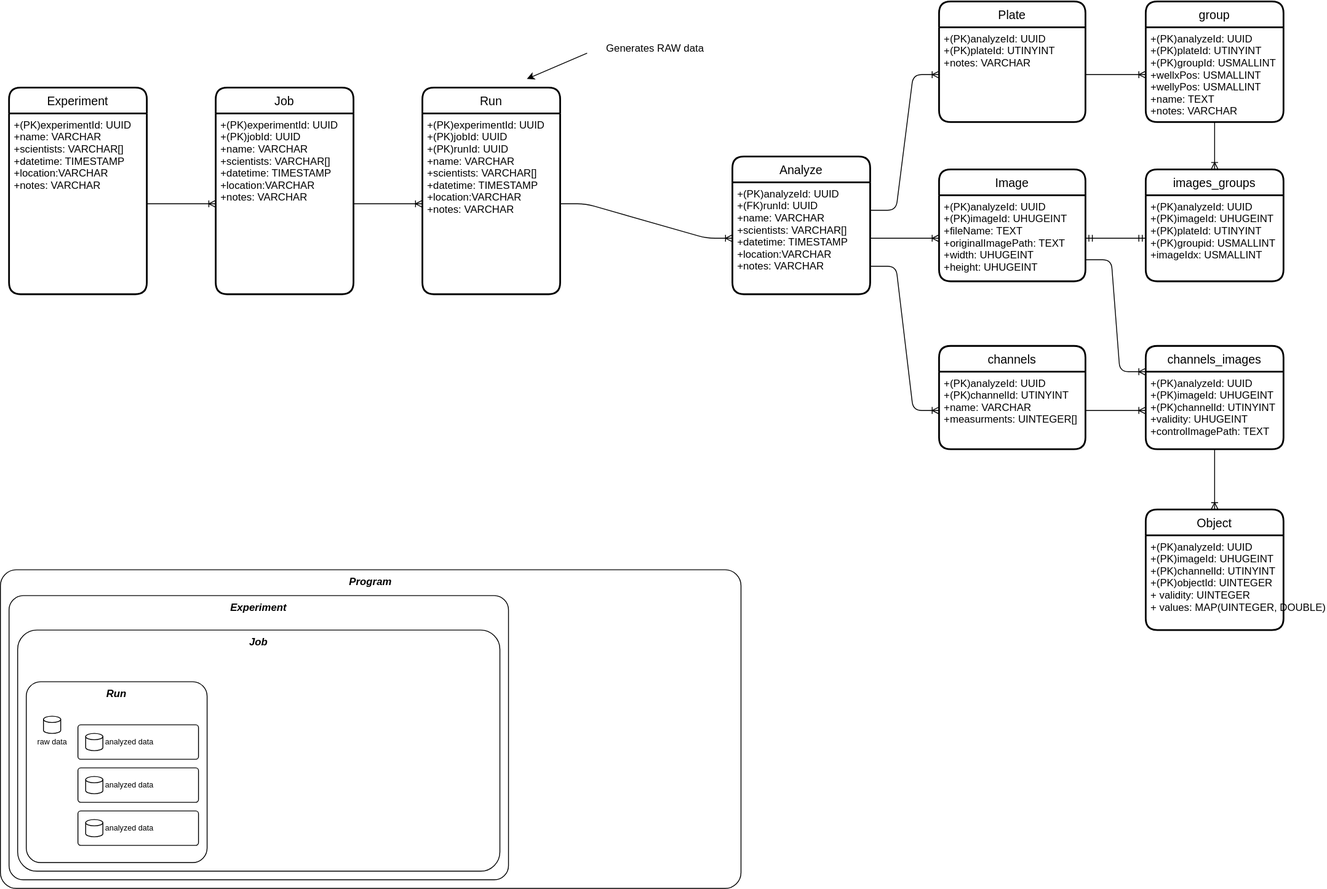
Before: doc/database.drawio.svg, a diagram exported from draw.io (joda01/imagec). Source tidied: cells renumbered, new cells last; positions are measured from the earlier drawing's top-left corner, leaving out a move shared by most shapes.
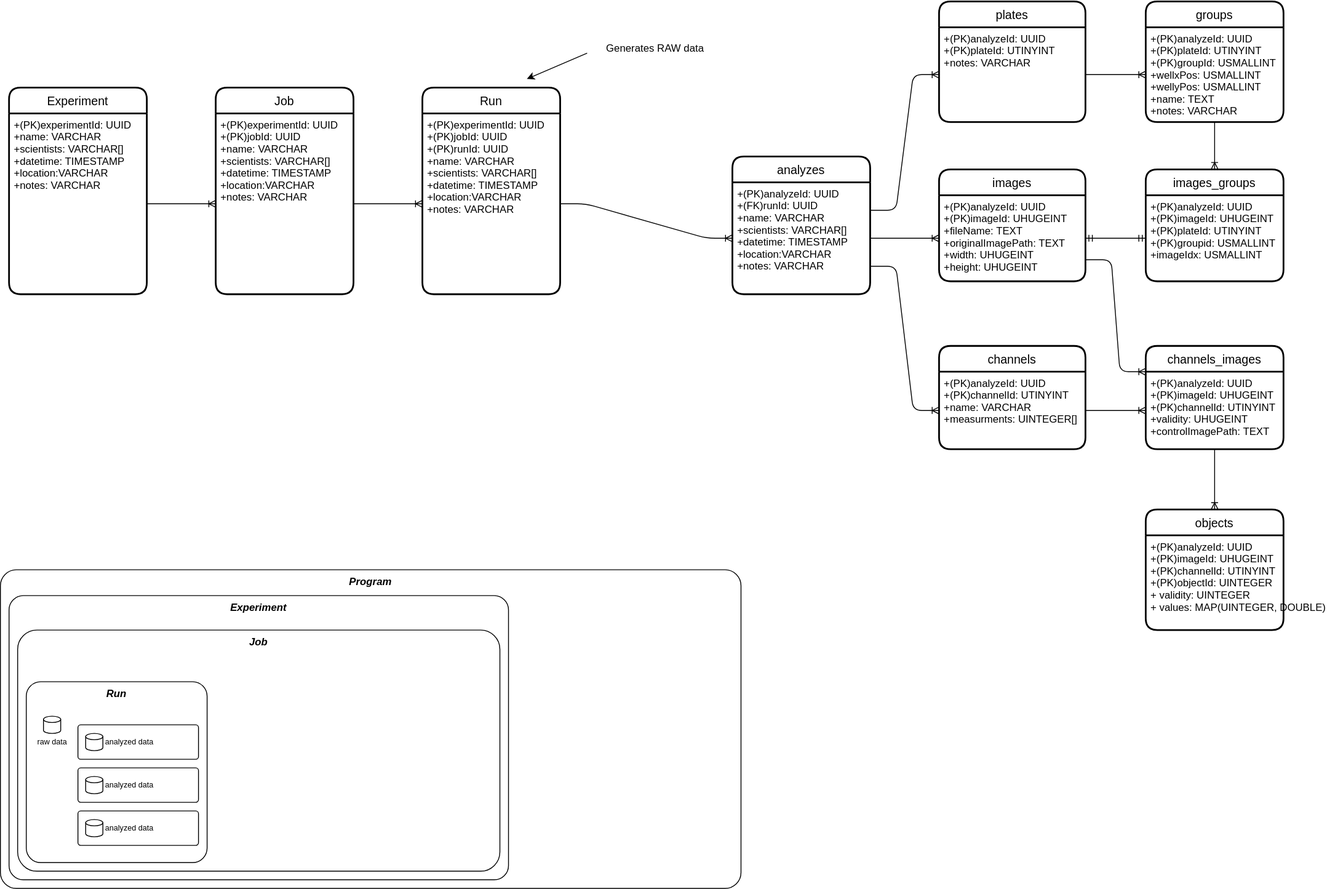
Later version of the same file.

Commit message:
chore: Fixed group naming

Diff of the diagram source:
```diff
@@ -8,25 +8,25 @@
     <mxCell id="3" value="+(PK)experimentId: UUID&#10;+(PK)jobId: UUID&#10;+name: VARCHAR&#10;+scientists: VARCHAR[]&#10;+datetime: TIMESTAMP&#10;+location:VARCHAR&#10;+notes: VARCHAR" style="align=left;strokeColor=none;fillColor=none;spacingLeft=4;fontSize=12;verticalAlign=top;fontStyle=0;" parent="2" vertex="1">
       <mxGeometry y="30" width="160" height="210" as="geometry" />
     </mxCell>
-    <mxCell id="4" value="Plate" style="swimlane;horizontal=1;startSize=30;rounded=1;fontSize=14;fontStyle=0;strokeWidth=2;shadow=0;dashed=0;align=center;" parent="1" vertex="1">
+    <mxCell id="4" value="plates" style="swimlane;horizontal=1;startSize=30;rounded=1;fontSize=14;fontStyle=0;strokeWidth=2;shadow=0;dashed=0;align=center;" parent="1" vertex="1">
       <mxGeometry x="1090" width="170" height="140" as="geometry" />
     </mxCell>
     <mxCell id="5" value="+(PK)analyzeId: UUID&#10;+(PK)plateId: UTINYINT&#10;+notes: VARCHAR" style="align=left;strokeColor=none;fillColor=none;spacingLeft=4;fontSize=12;verticalAlign=top;" parent="4" vertex="1">
       <mxGeometry y="30" width="170" height="110" as="geometry" />
     </mxCell>
-    <mxCell id="6" value="Image" style="swimlane;horizontal=1;startSize=30;rounded=1;fontSize=14;fontStyle=0;strokeWidth=2;shadow=0;dashed=0;align=center;" parent="1" vertex="1">
+    <mxCell id="6" value="images" style="swimlane;horizontal=1;startSize=30;rounded=1;fontSize=14;fontStyle=0;strokeWidth=2;shadow=0;dashed=0;align=center;" parent="1" vertex="1">
       <mxGeometry x="1090" y="195" width="170" height="130" as="geometry" />
     </mxCell>
     <mxCell id="7" value="+(PK)analyzeId: UUID&#10;+(PK)imageId: UHUGEINT&#10;+fileName: TEXT&#10;+originalImagePath: TEXT&#10;+width: UHUGEINT&#10;+height: UHUGEINT" style="align=left;strokeColor=none;fillColor=none;spacingLeft=4;fontSize=12;verticalAlign=top;" parent="6" vertex="1">
       <mxGeometry y="30" width="170" height="100" as="geometry" />
     </mxCell>
-    <mxCell id="8" value="Object" style="swimlane;horizontal=1;startSize=30;rounded=1;fontSize=14;fontStyle=0;strokeWidth=2;shadow=0;dashed=0;align=center;" parent="1" vertex="1">
+    <mxCell id="8" value="objects" style="swimlane;horizontal=1;startSize=30;rounded=1;fontSize=14;fontStyle=0;strokeWidth=2;shadow=0;dashed=0;align=center;" parent="1" vertex="1">
       <mxGeometry x="1330" y="590" width="160" height="140" as="geometry" />
     </mxCell>
     <mxCell id="9" value="+(PK)analyzeId: UUID&#10;+(PK)imageId: UHUGEINT&#10;+(PK)channelId: UTINYINT&#10;+(PK)objectId: UINTEGER&#10;+ validity: UINTEGER&#10;+ values: MAP(UINTEGER, DOUBLE)" style="align=left;strokeColor=none;fillColor=none;spacingLeft=4;fontSize=12;verticalAlign=top;" parent="8" vertex="1">
       <mxGeometry y="30" width="160" height="110" as="geometry" />
     </mxCell>
-    <mxCell id="10" value="group" style="swimlane;horizontal=1;startSize=30;rounded=1;fontSize=14;fontStyle=0;strokeWidth=2;shadow=0;dashed=0;align=center;" parent="1" vertex="1">
+    <mxCell id="10" value="groups" style="swimlane;horizontal=1;startSize=30;rounded=1;fontSize=14;fontStyle=0;strokeWidth=2;shadow=0;dashed=0;align=center;" parent="1" vertex="1">
       <mxGeometry x="1330" width="160" height="140" as="geometry" />
     </mxCell>
     <mxCell id="11" value="+(PK)analyzeId: UUID&#10;+(PK)plateId: UTINYINT&#10;+(PK)groupId: USMALLINT&#10;+wellxPos: USMALLINT&#10;+wellyPos: USMALLINT&#10;+name: TEXT&#10;+notes: VARCHAR" style="align=left;strokeColor=none;fillColor=none;spacingLeft=4;fontSize=12;verticalAlign=top;" parent="10" vertex="1">
@@ -68,7 +68,7 @@
     <mxCell id="22" value="Generates RAW data" style="text;html=1;align=center;verticalAlign=middle;strokeColor=none;fillColor=none;" parent="1" vertex="1">
       <mxGeometry x="690" y="40" width="140" height="30" as="geometry" />
     </mxCell>
-    <mxCell id="23" value="Analyze" style="swimlane;horizontal=1;startSize=30;rounded=1;fontSize=14;fontStyle=0;strokeWidth=2;shadow=0;dashed=0;align=center;" parent="1" vertex="1">
+    <mxCell id="23" value="analyzes" style="swimlane;horizontal=1;startSize=30;rounded=1;fontSize=14;fontStyle=0;strokeWidth=2;shadow=0;dashed=0;align=center;" parent="1" vertex="1">
       <mxGeometry x="850" y="180" width="160" height="160" as="geometry" />
     </mxCell>
     <mxCell id="24" value="+(PK)analyzeId: UUID&#10;+(FK)runId: UUID&#10;+name: VARCHAR&#10;+scientists: VARCHAR[]&#10;+datetime: TIMESTAMP&#10;+location:VARCHAR&#10;+notes: VARCHAR" style="align=left;strokeColor=none;fillColor=none;spacingLeft=4;fontSize=12;verticalAlign=top;fontStyle=0;" parent="23" vertex="1">
@@ -134,7 +134,7 @@
     <mxCell id="44" style="fontSize=12;html=1;endArrow=ERoneToMany;exitX=0.5;exitY=1;exitDx=0;exitDy=0;entryX=0.5;entryY=0;entryDx=0;entryDy=0;" parent="1" edge="1" source="11" target="45">
       <mxGeometry relative="1" as="geometry" />
     </mxCell>
-    <mxCell id="45" value="image_group" style="swimlane;horizontal=1;startSize=30;rounded=1;fontSize=14;fontStyle=0;strokeWidth=2;shadow=0;dashed=0;align=center;" parent="1" vertex="1">
+    <mxCell id="45" value="images_groups" style="swimlane;horizontal=1;startSize=30;rounded=1;fontSize=14;fontStyle=0;strokeWidth=2;shadow=0;dashed=0;align=center;" parent="1" vertex="1">
       <mxGeometry x="1330" y="195" width="160" height="130" as="geometry" />
     </mxCell>
     <mxCell id="46" value="+(PK)analyzeId: UUID&#10;+(PK)imageId: UHUGEINT&#10;+(PK)plateId: UTINYINT&#10;+(PK)groupid: USMALLINT&#10;+imageIdx: USMALLINT" style="align=left;strokeColor=none;fillColor=none;spacingLeft=4;fontSize=12;verticalAlign=top;" parent="45" vertex="1">
@@ -143,7 +143,7 @@
     <mxCell id="47" style="edgeStyle=entityRelationEdgeStyle;fontSize=12;html=1;endArrow=ERmandOne;startArrow=ERmandOne;elbow=vertical;exitX=1;exitY=0.5;exitDx=0;exitDy=0;entryX=0;entryY=0.5;entryDx=0;entryDy=0;" parent="1" edge="1" source="7" target="46">
       <mxGeometry relative="1" as="geometry" />
     </mxCell>
-    <mxCell id="48" value="channel_image" style="swimlane;horizontal=1;startSize=30;rounded=1;fontSize=14;fontStyle=0;strokeWidth=2;shadow=0;dashed=0;align=center;" parent="1" vertex="1">
+    <mxCell id="48" value="channels_images" style="swimlane;horizontal=1;startSize=30;rounded=1;fontSize=14;fontStyle=0;strokeWidth=2;shadow=0;dashed=0;align=center;" parent="1" vertex="1">
       <mxGeometry x="1330" y="400" width="160" height="120" as="geometry" />
     </mxCell>
     <mxCell id="49" value="+(PK)analyzeId: UUID&#10;+(PK)imageId: UHUGEINT&#10;+(PK)channelId: UTINYINT&#10;+validity: UHUGEINT&#10;+controlImagePath: TEXT" style="align=left;strokeColor=none;fillColor=none;spacingLeft=4;fontSize=12;verticalAlign=top;" parent="48" vertex="1">
```
